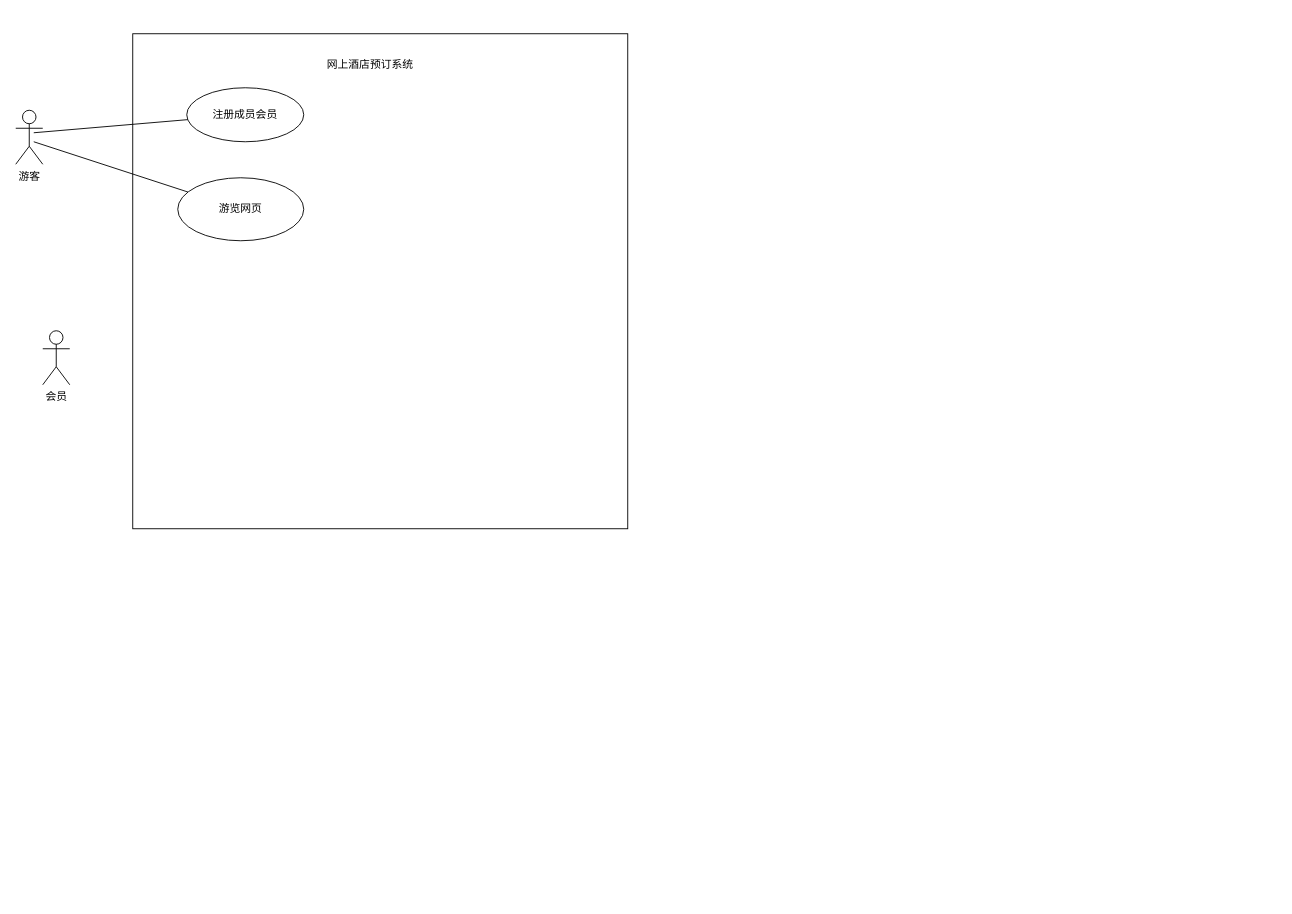
Earlier version of the draw.io diagram 未命名绘图.drawio (sharkjun/uml-picture). Source tidied: cells renumbered, new cells numbered last; positions are measured from the earlier drawing's top-left corner, leaving out a move shared by most shapes. Both pictures are drawn from the tidied source at 90%, with x=0, y=0 at pixel (15, 33).
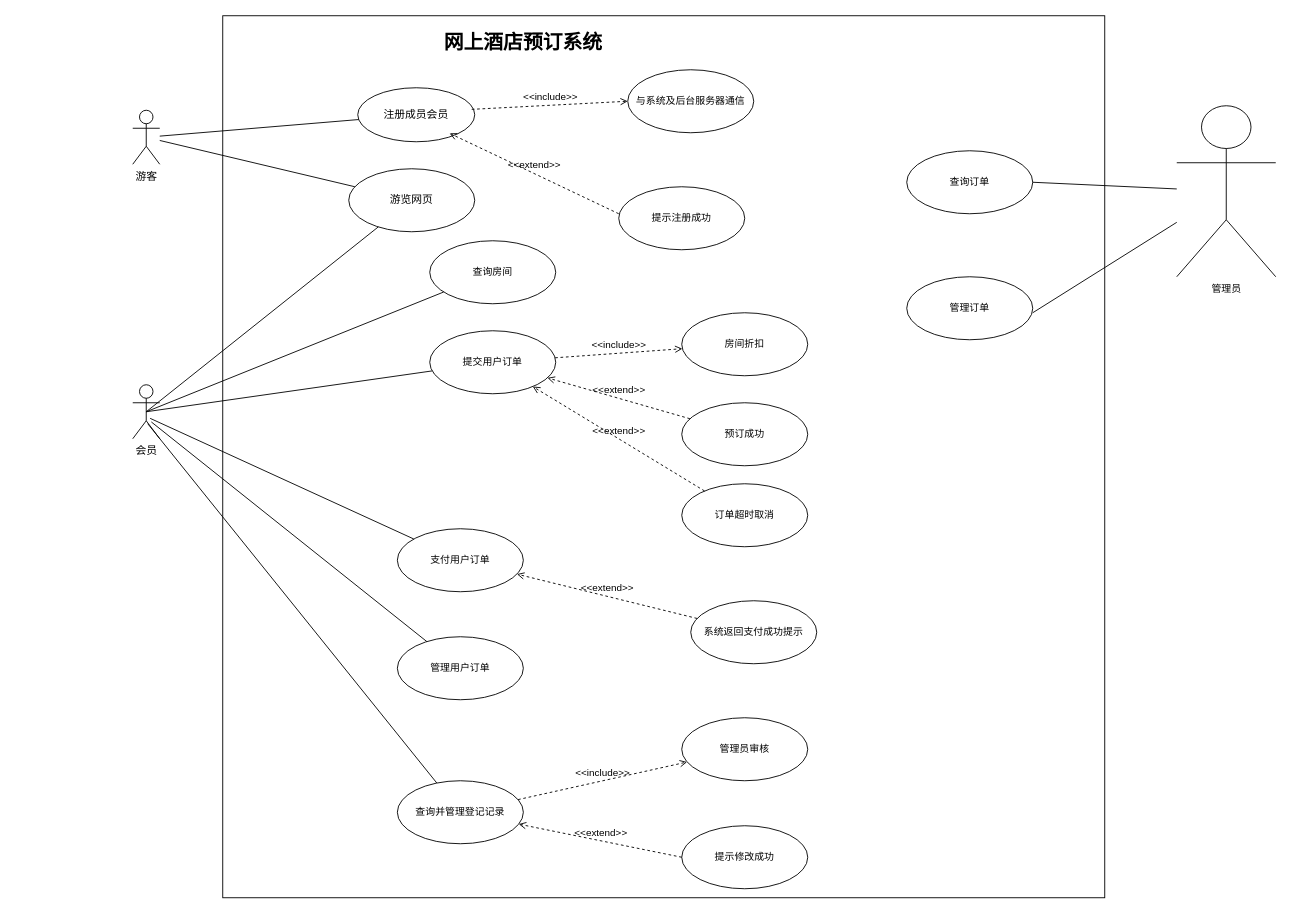
Above is the later version.

Commit message (it also covers changes not shown here):
更新未命名绘图.drawio

Diff of the diagram source:
```diff
@@
     <mxCell id="2" style="whiteSpace=wrap;html=1;" parent="1" vertex="1">
-      <mxGeometry x="130" width="550" height="550" as="geometry" />
+      <mxGeometry x="230" y="-20" width="980" height="980" as="geometry" />
     </mxCell>
-    <mxCell id="3" value="网上酒店预订系统&lt;div&gt;&lt;br&gt;&lt;/div&gt;" style="text;strokeColor=none;fillColor=none;align=left;verticalAlign=top;spacingLeft=4;spacingRight=4;overflow=hidden;whiteSpace=wrap;html=1;" parent="1" vertex="1">
-      <mxGeometry x="340" y="20" width="110" height="30" as="geometry" />
+    <mxCell id="3" value="&lt;b style=&quot;font-size: 22px;&quot;&gt;&lt;font style=&quot;font-size: 22px;&quot;&gt;网上酒店预订系统&lt;/font&gt;&lt;/b&gt;&lt;div style=&quot;font-size: 22px;&quot;&gt;&lt;br&gt;&lt;/div&gt;" style="text;strokeColor=none;fillColor=none;align=left;verticalAlign=top;spacingLeft=4;spacingRight=4;overflow=hidden;whiteSpace=wrap;html=1;" parent="1" vertex="1">
+      <mxGeometry x="470" y="-10" width="220" height="50" as="geometry" />
     </mxCell>
     <mxCell id="4" value="游客&lt;div&gt;&lt;br&gt;&lt;/div&gt;" style="shape=umlActor;verticalLabelPosition=bottom;verticalAlign=top;html=1;" parent="1" vertex="1">
-      <mxGeometry y="85" width="30" height="60" as="geometry" />
+      <mxGeometry x="130" y="85" width="30" height="60" as="geometry" />
     </mxCell>
     <mxCell id="5" value="会员&lt;div&gt;&lt;br&gt;&lt;/div&gt;" style="shape=umlActor;verticalLabelPosition=bottom;verticalAlign=top;html=1;" parent="1" vertex="1">
-      <mxGeometry x="30" y="330" width="30" height="60" as="geometry" />
+      <mxGeometry x="130" y="390" width="30" height="60" as="geometry" />
     </mxCell>
     <mxCell id="6" value="注册成员会员" style="ellipse;whiteSpace=wrap;html=1;" parent="1" vertex="1">
-      <mxGeometry x="190" y="60" width="130" height="60" as="geometry" />
+      <mxGeometry x="380" y="60" width="130" height="60" as="geometry" />
     </mxCell>
     <mxCell id="7" value="游览网页" style="ellipse;whiteSpace=wrap;html=1;" parent="1" vertex="1">
-      <mxGeometry x="180" y="160" width="140" height="70" as="geometry" />
+      <mxGeometry x="370" y="150" width="140" height="70" as="geometry" />
     </mxCell>
-    <mxCell id="8" style="endArrow=none;html=1;rounded=0;strokeColor=default;align=center;verticalAlign=middle;fontFamily=Helvetica;fontSize=11;fontColor=default;labelBackgroundColor=default;" parent="1" edge="1" target="7">
-      <mxGeometry relative="1" as="geometry">
-        <mxPoint x="20" y="120" as="sourcePoint" />
-      </mxGeometry>
+    <mxCell id="8" style="endArrow=none;html=1;rounded=0;strokeColor=default;align=center;verticalAlign=middle;fontFamily=Helvetica;fontSize=11;fontColor=default;labelBackgroundColor=default;" parent="1" edge="1" source="4" target="7">
+      <mxGeometry relative="1" as="geometry" />
     </mxCell>
-    <mxCell id="9" style="endArrow=none;html=1;rounded=0;strokeColor=default;align=center;verticalAlign=middle;fontFamily=Helvetica;fontSize=11;fontColor=default;labelBackgroundColor=default;" parent="1" edge="1" target="6">
-      <mxGeometry relative="1" as="geometry">
-        <mxPoint x="20" y="110" as="sourcePoint" />
-      </mxGeometry>
+    <mxCell id="9" style="endArrow=none;html=1;rounded=0;strokeColor=default;align=center;verticalAlign=middle;fontFamily=Helvetica;fontSize=11;fontColor=default;labelBackgroundColor=default;" parent="1" edge="1" source="4" target="6">
+      <mxGeometry relative="1" as="geometry" />
     </mxCell>
+    <mxCell id="10" value="与系统及后台服务器通信" style="ellipse;whiteSpace=wrap;html=1;fontFamily=Helvetica;fontSize=11;fontColor=default;labelBackgroundColor=default;" parent="1" vertex="1">
+      <mxGeometry x="680" y="40" width="140" height="70" as="geometry" />
+    </mxCell>
+    <mxCell id="11" value="提示注册成功" style="ellipse;whiteSpace=wrap;html=1;fontFamily=Helvetica;fontSize=11;fontColor=default;labelBackgroundColor=default;" parent="1" vertex="1">
+      <mxGeometry x="670" y="170" width="140" height="70" as="geometry" />
+    </mxCell>
+    <mxCell id="12" value="&amp;lt;&amp;lt;include&amp;gt;&amp;gt;" style="html=1;verticalAlign=bottom;labelBackgroundColor=none;endArrow=open;endFill=0;dashed=1;rounded=0;strokeColor=default;align=center;fontFamily=Helvetica;fontSize=11;fontColor=default;entryX=0;entryY=0.5;entryDx=0;entryDy=0;exitX=0.974;exitY=0.4;exitDx=0;exitDy=0;exitPerimeter=0;" parent="1" edge="1" source="6" target="10">
+      <mxGeometry relative="1" as="geometry" />
+    </mxCell>
+    <mxCell id="13" value="&amp;lt;&amp;lt;extend&amp;gt;&amp;gt;" style="html=1;verticalAlign=bottom;labelBackgroundColor=none;endArrow=open;endFill=0;dashed=1;rounded=0;strokeColor=default;align=center;fontFamily=Helvetica;fontSize=11;fontColor=default;entryX=0.785;entryY=0.844;entryDx=0;entryDy=0;entryPerimeter=0;" parent="1" edge="1" target="6">
+      <mxGeometry relative="1" as="geometry">
+        <mxPoint x="670" y="200" as="sourcePoint" />
+      </mxGeometry>
+    </mxCell>
+    <mxCell id="14" style="endArrow=none;html=1;rounded=0;strokeColor=default;align=center;verticalAlign=middle;fontFamily=Helvetica;fontSize=11;fontColor=default;labelBackgroundColor=default;exitX=0.5;exitY=0.5;exitDx=0;exitDy=0;exitPerimeter=0;" parent="1" edge="1" source="5" target="7">
+      <mxGeometry relative="1" as="geometry" />
+    </mxCell>
+    <mxCell id="15" value="查询房间" style="ellipse;whiteSpace=wrap;html=1;fontFamily=Helvetica;fontSize=11;fontColor=default;labelBackgroundColor=default;" parent="1" vertex="1">
+      <mxGeometry x="460" y="230" width="140" height="70" as="geometry" />
+    </mxCell>
+    <mxCell id="16" value="提交用户订单" style="ellipse;whiteSpace=wrap;html=1;fontFamily=Helvetica;fontSize=11;fontColor=default;labelBackgroundColor=default;" parent="1" vertex="1">
+      <mxGeometry x="460" y="330" width="140" height="70" as="geometry" />
+    </mxCell>
+    <mxCell id="17" value="支付用户订单" style="ellipse;whiteSpace=wrap;html=1;fontFamily=Helvetica;fontSize=11;fontColor=default;labelBackgroundColor=default;" parent="1" vertex="1">
+      <mxGeometry x="424" y="550" width="140" height="70" as="geometry" />
+    </mxCell>
+    <mxCell id="18" value="管理用户订单" style="ellipse;whiteSpace=wrap;html=1;fontFamily=Helvetica;fontSize=11;fontColor=default;labelBackgroundColor=default;" parent="1" vertex="1">
+      <mxGeometry x="424" y="670" width="140" height="70" as="geometry" />
+    </mxCell>
+    <mxCell id="19" value="查询并管理登记记录" style="ellipse;whiteSpace=wrap;html=1;fontFamily=Helvetica;fontSize=11;fontColor=default;labelBackgroundColor=default;" parent="1" vertex="1">
+      <mxGeometry x="424" y="830" width="140" height="70" as="geometry" />
+    </mxCell>
+    <mxCell id="20" style="endArrow=none;html=1;rounded=0;strokeColor=default;align=center;verticalAlign=middle;fontFamily=Helvetica;fontSize=11;fontColor=default;labelBackgroundColor=default;exitX=0.5;exitY=0.5;exitDx=0;exitDy=0;exitPerimeter=0;" parent="1" edge="1" source="5" target="15">
+      <mxGeometry relative="1" as="geometry" />
+    </mxCell>
+    <mxCell id="21" style="endArrow=none;html=1;rounded=0;strokeColor=default;align=center;verticalAlign=middle;fontFamily=Helvetica;fontSize=11;fontColor=default;labelBackgroundColor=default;exitX=0.644;exitY=0.622;exitDx=0;exitDy=0;exitPerimeter=0;" parent="1" edge="1" source="5" target="17">
+      <mxGeometry relative="1" as="geometry" />
+    </mxCell>
+    <mxCell id="22" style="endArrow=none;html=1;rounded=0;strokeColor=default;align=center;verticalAlign=middle;fontFamily=Helvetica;fontSize=11;fontColor=default;labelBackgroundColor=default;exitX=0.689;exitY=0.689;exitDx=0;exitDy=0;exitPerimeter=0;" parent="1" edge="1" source="5" target="18">
+      <mxGeometry relative="1" as="geometry" />
+    </mxCell>
+    <mxCell id="23" style="endArrow=none;html=1;rounded=0;strokeColor=default;align=center;verticalAlign=middle;fontFamily=Helvetica;fontSize=11;fontColor=default;labelBackgroundColor=default;exitX=0.556;exitY=0.722;exitDx=0;exitDy=0;exitPerimeter=0;" parent="1" edge="1" source="5" target="19">
+      <mxGeometry relative="1" as="geometry" />
+    </mxCell>
+    <mxCell id="24" style="endArrow=none;html=1;rounded=0;strokeColor=default;align=center;verticalAlign=middle;fontFamily=Helvetica;fontSize=11;fontColor=default;labelBackgroundColor=default;exitX=0.5;exitY=0.5;exitDx=0;exitDy=0;exitPerimeter=0;" parent="1" edge="1" source="5" target="16">
+      <mxGeometry relative="1" as="geometry" />
+    </mxCell>
+    <mxCell id="25" value="房间折扣" style="ellipse;whiteSpace=wrap;html=1;fontFamily=Helvetica;fontSize=11;fontColor=default;labelBackgroundColor=default;" parent="1" vertex="1">
+      <mxGeometry x="740" y="310" width="140" height="70" as="geometry" />
+    </mxCell>
+    <mxCell id="26" value="预订成功" style="ellipse;whiteSpace=wrap;html=1;fontFamily=Helvetica;fontSize=11;fontColor=default;labelBackgroundColor=default;" parent="1" vertex="1">
+      <mxGeometry x="740" y="410" width="140" height="70" as="geometry" />
+    </mxCell>
+    <mxCell id="27" value="订单超时取消" style="ellipse;whiteSpace=wrap;html=1;fontFamily=Helvetica;fontSize=11;fontColor=default;labelBackgroundColor=default;" parent="1" vertex="1">
+      <mxGeometry x="740" y="500" width="140" height="70" as="geometry" />
+    </mxCell>
+    <mxCell id="28" value="&amp;lt;&amp;lt;include&amp;gt;&amp;gt;" style="html=1;verticalAlign=bottom;labelBackgroundColor=none;endArrow=open;endFill=0;dashed=1;rounded=0;strokeColor=default;align=center;fontFamily=Helvetica;fontSize=11;fontColor=default;" parent="1" edge="1" source="16" target="25">
+      <mxGeometry relative="1" as="geometry" />
+    </mxCell>
+    <mxCell id="29" value="&amp;lt;&amp;lt;extend&amp;gt;&amp;gt;" style="html=1;verticalAlign=bottom;labelBackgroundColor=none;endArrow=open;endFill=0;dashed=1;rounded=0;strokeColor=default;align=center;fontFamily=Helvetica;fontSize=11;fontColor=default;" parent="1" edge="1" source="26" target="16">
+      <mxGeometry relative="1" as="geometry" />
+    </mxCell>
+    <mxCell id="30" value="&amp;lt;&amp;lt;extend&amp;gt;&amp;gt;" style="html=1;verticalAlign=bottom;labelBackgroundColor=none;endArrow=open;endFill=0;dashed=1;rounded=0;strokeColor=default;align=center;fontFamily=Helvetica;fontSize=11;fontColor=default;" parent="1" edge="1" source="27" target="16">
+      <mxGeometry relative="1" as="geometry" />
+    </mxCell>
+    <mxCell id="31" value="系统返回支付成功提示" style="ellipse;whiteSpace=wrap;html=1;fontFamily=Helvetica;fontSize=11;fontColor=default;labelBackgroundColor=default;" parent="1" vertex="1">
+      <mxGeometry x="750" y="630" width="140" height="70" as="geometry" />
+    </mxCell>
+    <mxCell id="32" value="&amp;lt;&amp;lt;extend&amp;gt;&amp;gt;" style="html=1;verticalAlign=bottom;labelBackgroundColor=none;endArrow=open;endFill=0;dashed=1;rounded=0;strokeColor=default;align=center;fontFamily=Helvetica;fontSize=11;fontColor=default;" parent="1" edge="1" source="31" target="17">
+      <mxGeometry relative="1" as="geometry" />
+    </mxCell>
+    <mxCell id="33" value="管理员审核" style="ellipse;whiteSpace=wrap;html=1;fontFamily=Helvetica;fontSize=11;fontColor=default;labelBackgroundColor=default;" parent="1" vertex="1">
+      <mxGeometry x="740" y="760" width="140" height="70" as="geometry" />
+    </mxCell>
+    <mxCell id="34" value="提示修改成功" style="ellipse;whiteSpace=wrap;html=1;fontFamily=Helvetica;fontSize=11;fontColor=default;labelBackgroundColor=default;" parent="1" vertex="1">
+      <mxGeometry x="740" y="880" width="140" height="70" as="geometry" />
+    </mxCell>
+    <mxCell id="35" value="&amp;lt;&amp;lt;extend&amp;gt;&amp;gt;" style="html=1;verticalAlign=bottom;labelBackgroundColor=none;endArrow=open;endFill=0;dashed=1;rounded=0;strokeColor=default;align=center;fontFamily=Helvetica;fontSize=11;fontColor=default;exitX=0;exitY=0.5;exitDx=0;exitDy=0;" parent="1" edge="1" source="34" target="19">
+      <mxGeometry relative="1" as="geometry" />
+    </mxCell>
+    <mxCell id="36" value="&amp;lt;&amp;lt;include&amp;gt;&amp;gt;" style="html=1;verticalAlign=bottom;labelBackgroundColor=none;endArrow=open;endFill=0;dashed=1;rounded=0;strokeColor=default;align=center;fontFamily=Helvetica;fontSize=11;fontColor=default;" parent="1" edge="1" source="19" target="33">
+      <mxGeometry relative="1" as="geometry" />
+    </mxCell>
+    <mxCell id="37" value="管理员&lt;div&gt;&lt;br&gt;&lt;/div&gt;" style="shape=umlActor;verticalLabelPosition=bottom;verticalAlign=top;html=1;fontFamily=Helvetica;fontSize=11;fontColor=default;labelBackgroundColor=default;" parent="1" vertex="1">
+      <mxGeometry x="1290" y="80" width="110" height="190" as="geometry" />
+    </mxCell>
+    <mxCell id="38" value="查询订单" style="ellipse;whiteSpace=wrap;html=1;fontFamily=Helvetica;fontSize=11;fontColor=default;labelBackgroundColor=default;" parent="1" vertex="1">
+      <mxGeometry x="990" y="130" width="140" height="70" as="geometry" />
+    </mxCell>
+    <mxCell id="39" value="管理订单" style="ellipse;whiteSpace=wrap;html=1;fontFamily=Helvetica;fontSize=11;fontColor=default;labelBackgroundColor=default;" parent="1" vertex="1">
+      <mxGeometry x="990" y="270" width="140" height="70" as="geometry" />
+    </mxCell>
+    <mxCell id="40" style="endArrow=none;html=1;rounded=0;strokeColor=default;align=center;verticalAlign=middle;fontFamily=Helvetica;fontSize=11;fontColor=default;labelBackgroundColor=default;entryX=1;entryY=0.5;entryDx=0;entryDy=0;" parent="1" edge="1" source="37" target="38">
+      <mxGeometry relative="1" as="geometry" />
+    </mxCell>
+    <mxCell id="41" style="endArrow=none;html=1;rounded=0;strokeColor=default;align=center;verticalAlign=middle;fontFamily=Helvetica;fontSize=11;fontColor=default;labelBackgroundColor=default;" parent="1" edge="1" source="37">
+      <mxGeometry relative="1" as="geometry">
+        <mxPoint x="1130" y="310" as="targetPoint" />
+      </mxGeometry>
+    </mxCell>
```
